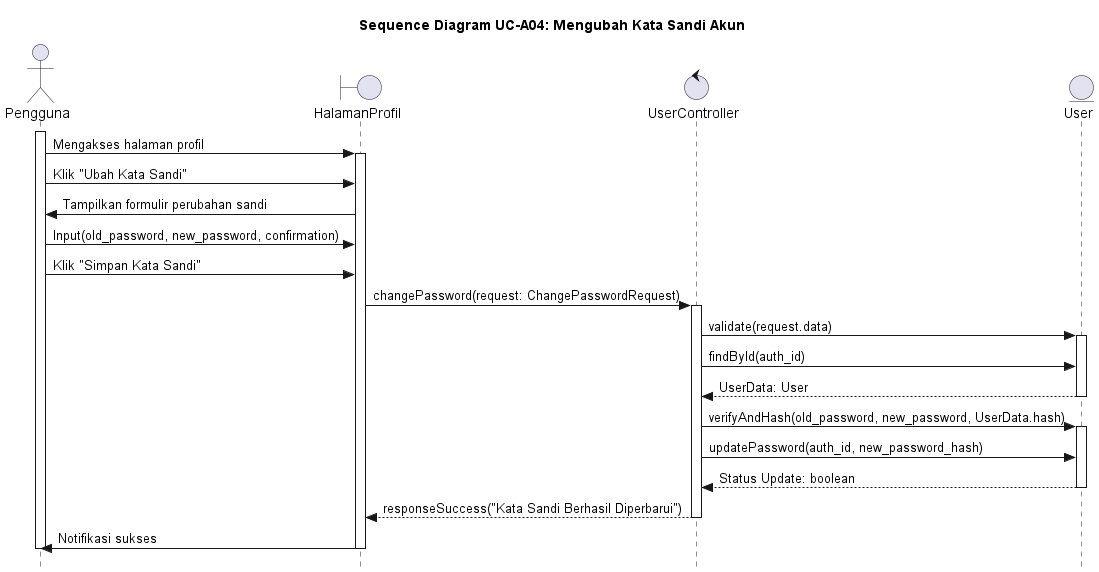
alfiahnurfa/RSI-PROYEK-AKHIR-SEQUENCE keeps this PlantUML diagram as out/UC-A04/SD-UC-A04_UbahKataSandi.png. Above is the earlier version.
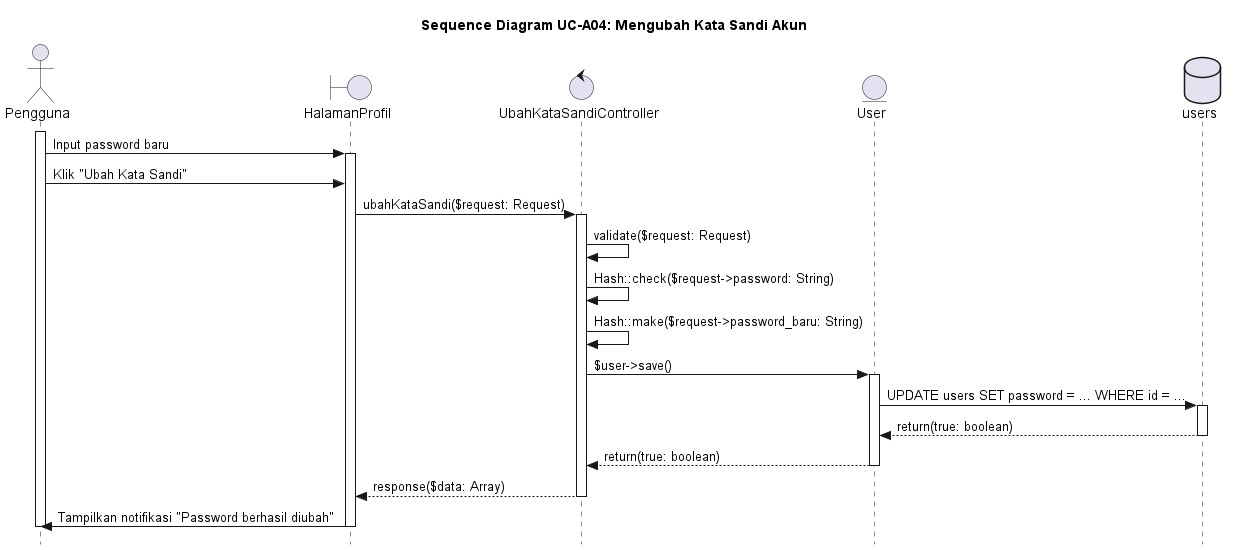
Later version of the same file.

The edit, as a diff of the source:
```diff
@@ -3,43 +3,41 @@
 skinparam style strictuml
 
 actor Pengguna
-boundary HalamanProfil
-control UserController
+boundary "HalamanProfil" as HalamanProfil
+control UbahKataSandiController
 entity User
+database users
 
 activate Pengguna
-Pengguna -> HalamanProfil : Mengakses halaman profil
+Pengguna -> HalamanProfil : Input password baru
 activate HalamanProfil
 
 Pengguna -> HalamanProfil : Klik "Ubah Kata Sandi"
-HalamanProfil -> Pengguna : Tampilkan formulir perubahan sandi
 
-Pengguna -> HalamanProfil : Input(old_password, new_password, confirmation)
+HalamanProfil -> UbahKataSandiController : ubahKataSandi($request: Request)
+activate UbahKataSandiController
 
-Pengguna -> HalamanProfil : Klik "Simpan Kata Sandi"
+UbahKataSandiController -> UbahKataSandiController : validate($request: Request)
 
-HalamanProfil -> UserController : changePassword(request: ChangePasswordRequest)
-activate UserController
+UbahKataSandiController -> UbahKataSandiController : Hash::check($request->password: String)
 
-UserController -> User : validate(request.data)
+UbahKataSandiController -> UbahKataSandiController : Hash::make($request->password_baru: String)
+
+UbahKataSandiController -> User : $user->save()
 activate User
-UserController -> User : findById(auth_id)
 
-User --> UserController : UserData: User
+User -> users : UPDATE users SET password = ... WHERE id = ...
+activate users
+users --> User : return(true: boolean)
+deactivate users
+
+User --> UbahKataSandiController : return(true: boolean)
 deactivate User
 
-UserController -> User : verifyAndHash(old_password, new_password, UserData.hash)
-activate User
-UserController -> User : updatePassword(auth_id, new_password_hash)
+UbahKataSandiController --> HalamanProfil : response($data: Array)
+deactivate UbahKataSandiController
 
-User --> UserController : Status Update: boolean
-deactivate User
-
-UserController --> HalamanProfil : responseSuccess("Kata Sandi Berhasil Diperbarui")
-deactivate UserController
-
-HalamanProfil -> Pengguna : Notifikasi sukses
+HalamanProfil -> Pengguna : Tampilkan notifikasi "Password berhasil diubah"
 deactivate HalamanProfil
 deactivate Pengguna
-
 @enduml
```
